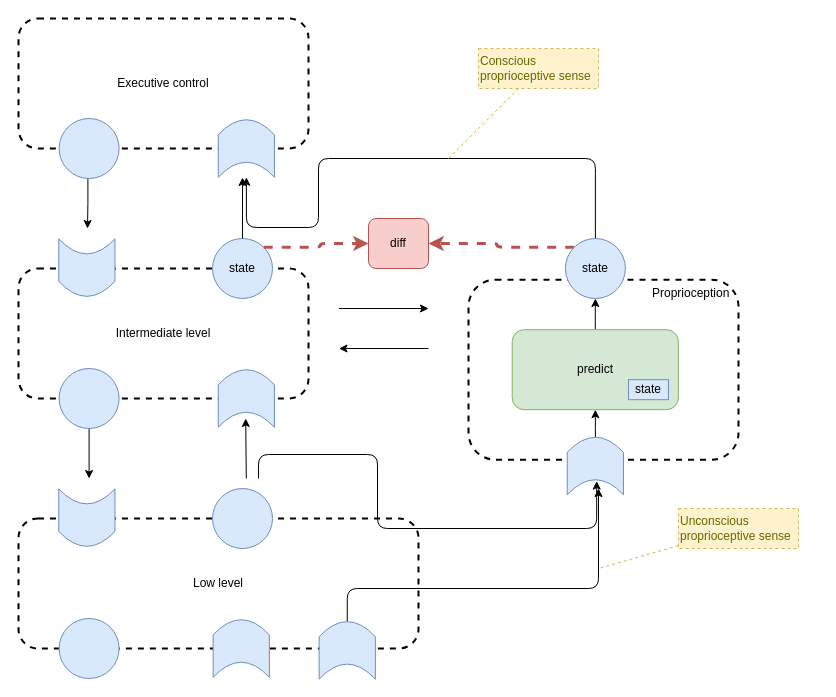
Above: page "proprioception" (7 of 10) of files/An-agi-architecture-v1.drawio in malcolmlett/malcolmlett.github.io (draw.io), before the change. Source tidied: cells renumbered, new cells numbered last; positions are measured from the earlier drawing's top-left corner, leaving out a move shared by most shapes. Both pictures are drawn from the tidied source at 100%, with x=0, y=0 at pixel (18, 18).
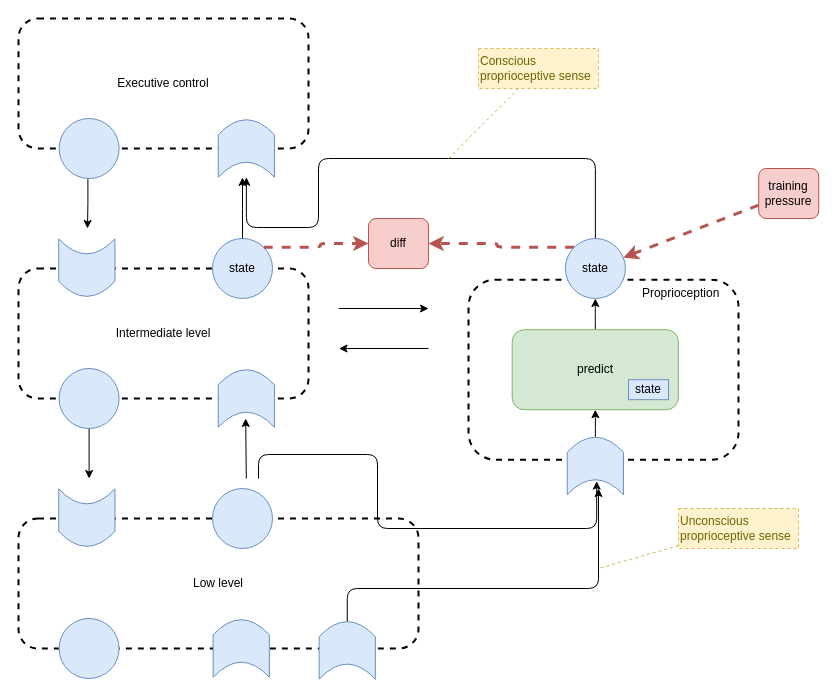
The same page after the edit.

Commit message (it also covers changes not shown here):
Notes on training approach and measuring success

The change refers to these unchanged cells:
```xml
<mxCell id="21" value="state" style="ellipse;whiteSpace=wrap;html=1;rounded=1;strokeWidth=1;fillColor=#dae8fc;strokeColor=#6c8ebf;" parent="1" vertex="1">
  <mxGeometry x="546.9" y="220" width="60" height="60" as="geometry" />
</mxCell>
```

The edit, as a diff of the source:
```diff
@@
-    <mxCell id="19" value="Proprioception&amp;nbsp;&amp;nbsp;" style="rounded=1;whiteSpace=wrap;html=1;fillColor=none;dashed=1;strokeWidth=2;verticalAlign=top;align=right;" parent="1" vertex="1">
+    <mxCell id="19" value="Proprioception&amp;nbsp; &amp;nbsp; &amp;nbsp;" style="rounded=1;whiteSpace=wrap;html=1;fillColor=none;dashed=1;strokeWidth=2;verticalAlign=top;align=right;" parent="1" vertex="1">
       <mxGeometry x="450" y="261.2" width="270" height="180" as="geometry" />
     </mxCell>
@@
+    <mxCell id="41" style="rounded=0;jettySize=auto;html=1;endArrow=classic;strokeWidth=3;fontSize=11;fontColor=#000000;dashed=1;strokeColor=#b85450;fillColor=#f8cecc;" parent="1" edge="1" source="42" target="21">
+      <mxGeometry relative="1" as="geometry" />
+    </mxCell>
+    <mxCell id="42" value="training&lt;br&gt;pressure" style="rounded=1;whiteSpace=wrap;html=1;fillColor=#f8cecc;strokeColor=#b85450;" parent="1" vertex="1">
+      <mxGeometry x="740.2" y="150" width="60" height="50" as="geometry" />
+    </mxCell>
```
